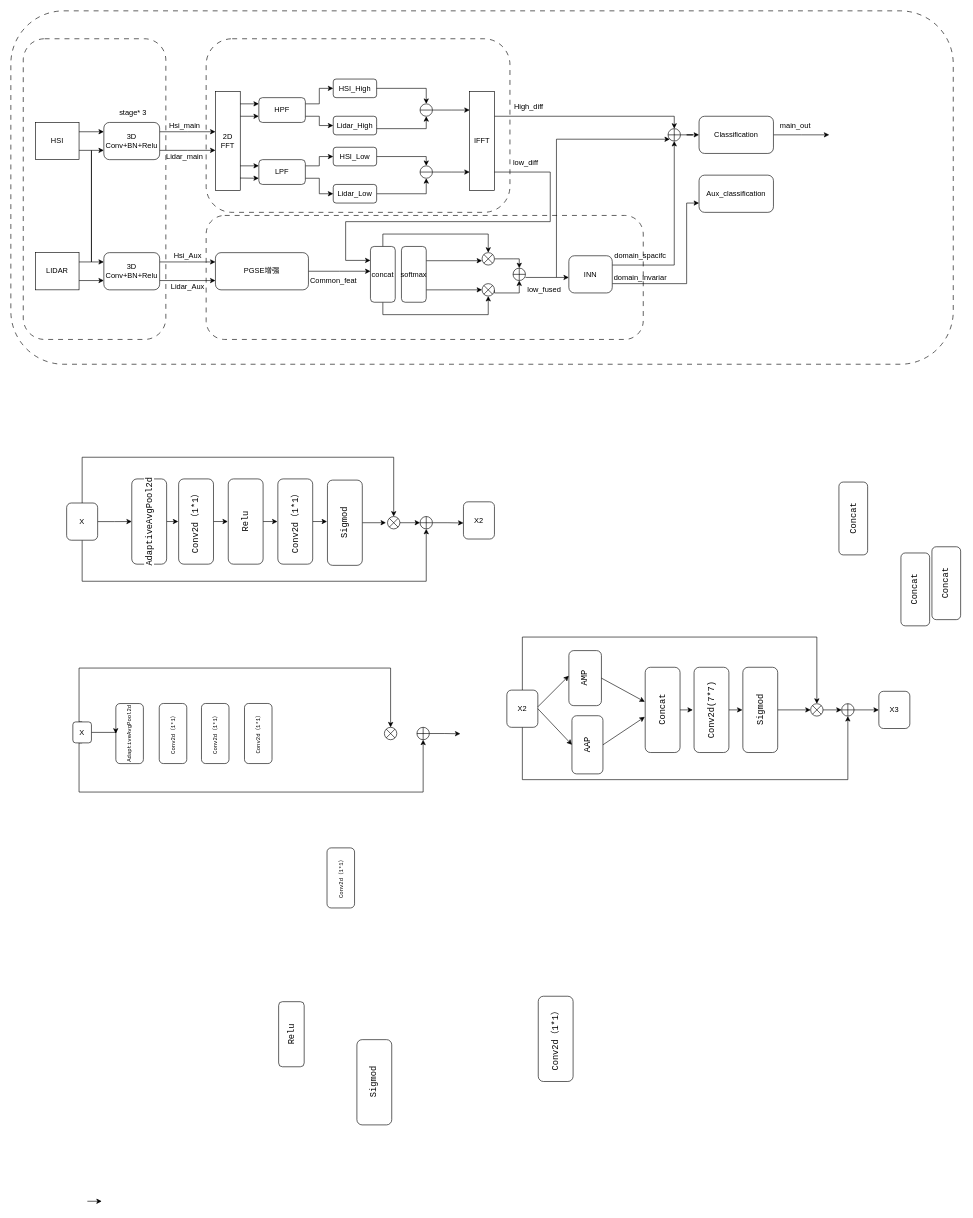
Above: 草图.drawio in Liaoshiyao-jm/model_photoes (draw.io), before the change. Source tidied: cells renumbered, new cells numbered last; positions are measured from the earlier drawing's top-left corner, leaving out a move shared by most shapes. Both pictures are drawn from the tidied source at 62%, with x=0, y=0 at pixel (11, 11).
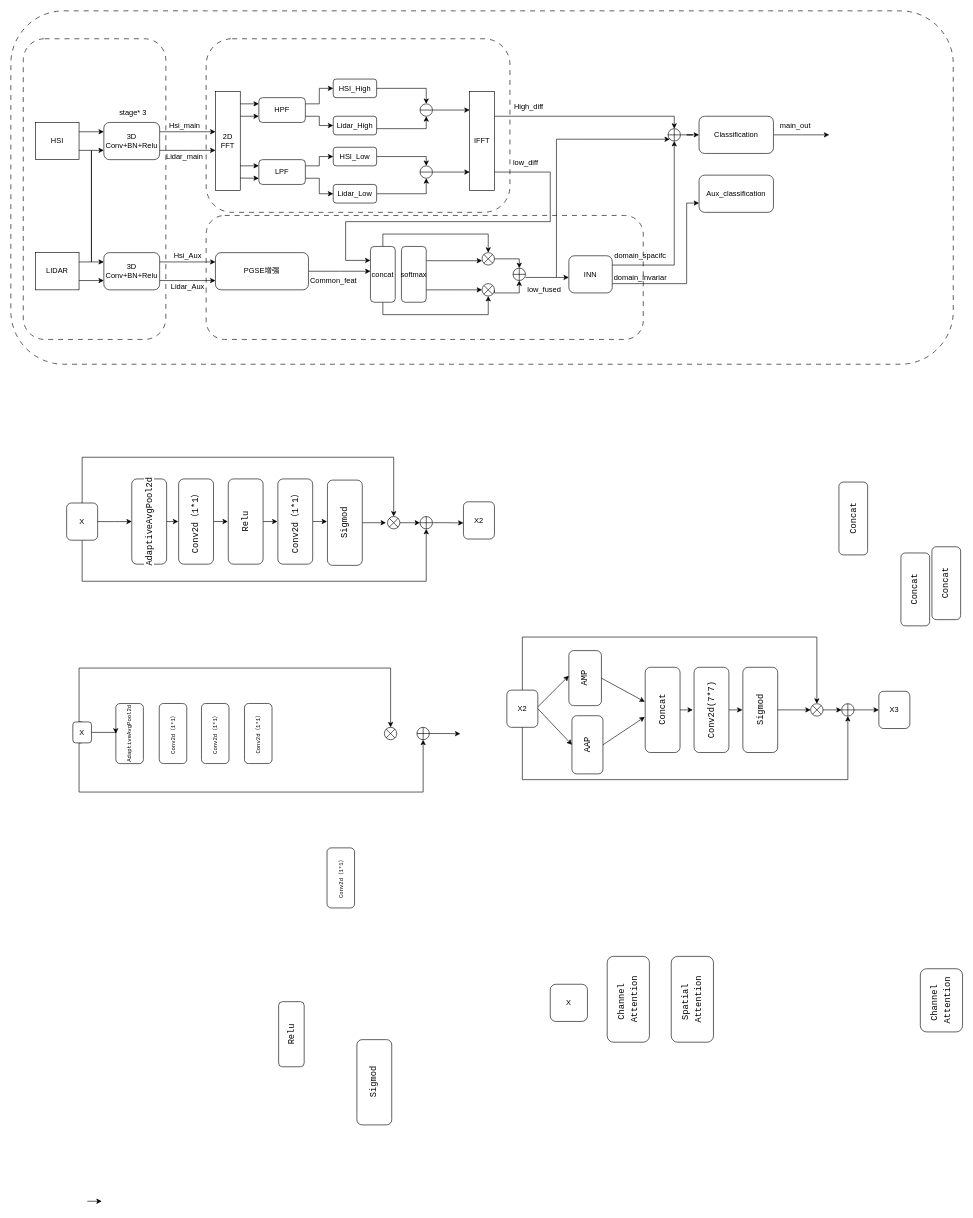
The same page after the edit.

Change to the diagram source:
```diff
@@
-    <mxCell id="107" value="&lt;div style=&quot;line-height: 19px;&quot;&gt;&lt;font face=&quot;Consolas, Courier New, monospace&quot;&gt;&lt;span style=&quot;font-size: 14px; white-space: pre; background-color: rgb(255, 255, 255);&quot;&gt;Conv2d（1*1）&lt;/span&gt;&lt;/font&gt;&lt;/div&gt;" style="rounded=1;whiteSpace=wrap;html=1;glass=0;strokeColor=default;align=center;verticalAlign=middle;fontFamily=Helvetica;fontSize=12;fontColor=default;fillColor=default;rotation=-90;" parent="1" vertex="1">
-      <mxGeometry x="810" y="1630" width="137.5" height="56.2" as="geometry" />
+    <mxCell id="107" value="&lt;div style=&quot;line-height: 19px;&quot;&gt;&lt;font face=&quot;Consolas, Courier New, monospace&quot;&gt;&lt;span style=&quot;font-size: 14px; white-space: pre; background-color: rgb(255, 255, 255);&quot;&gt;Channel &lt;/span&gt;&lt;/font&gt;&lt;/div&gt;&lt;div style=&quot;line-height: 19px;&quot;&gt;&lt;font face=&quot;Consolas, Courier New, monospace&quot;&gt;&lt;span style=&quot;font-size: 14px; white-space: pre; background-color: rgb(255, 255, 255);&quot;&gt;Attention&lt;/span&gt;&lt;/font&gt;&lt;/div&gt;" style="rounded=1;whiteSpace=wrap;html=1;glass=0;strokeColor=default;align=center;verticalAlign=middle;fontFamily=Helvetica;fontSize=12;fontColor=default;fillColor=default;rotation=-90;" parent="1" vertex="1">
+      <mxGeometry x="926.7" y="1560.2" width="138.4" height="68.1" as="geometry" />
     </mxCell>
@@
+    <mxCell id="138" value="X" style="rounded=1;whiteSpace=wrap;html=1;glass=0;strokeColor=default;align=center;verticalAlign=middle;fontFamily=Helvetica;fontSize=12;fontColor=default;fillColor=default;" parent="1" vertex="1">
+      <mxGeometry x="870" y="1570" width="60" height="60" as="geometry" />
+    </mxCell>
+    <mxCell id="139" value="&lt;div style=&quot;line-height: 19px;&quot;&gt;&lt;font face=&quot;Consolas, Courier New, monospace&quot;&gt;&lt;span style=&quot;font-size: 14px; white-space: pre; background-color: rgb(255, 255, 255);&quot;&gt;Channel &lt;/span&gt;&lt;/font&gt;&lt;/div&gt;&lt;div style=&quot;line-height: 19px;&quot;&gt;&lt;font face=&quot;Consolas, Courier New, monospace&quot;&gt;&lt;span style=&quot;font-size: 14px; white-space: pre; background-color: rgb(255, 255, 255);&quot;&gt;Attention&lt;/span&gt;&lt;/font&gt;&lt;/div&gt;" style="rounded=1;whiteSpace=wrap;html=1;glass=0;strokeColor=default;align=center;verticalAlign=middle;fontFamily=Helvetica;fontSize=12;fontColor=default;fillColor=default;rotation=-90;" parent="1" vertex="1">
+      <mxGeometry x="1450" y="1561.9" width="101.9" height="68.1" as="geometry" />
+    </mxCell>
+    <mxCell id="140" value="&lt;div style=&quot;line-height: 19px;&quot;&gt;&lt;font face=&quot;Consolas, Courier New, monospace&quot;&gt;&lt;span style=&quot;font-size: 14px; white-space: pre; background-color: rgb(255, 255, 255);&quot;&gt;Spatial &lt;/span&gt;&lt;/font&gt;&lt;/div&gt;&lt;div style=&quot;line-height: 19px;&quot;&gt;&lt;font face=&quot;Consolas, Courier New, monospace&quot;&gt;&lt;span style=&quot;font-size: 14px; white-space: pre; background-color: rgb(255, 255, 255);&quot;&gt;Attention&lt;/span&gt;&lt;/font&gt;&lt;/div&gt;" style="rounded=1;whiteSpace=wrap;html=1;glass=0;strokeColor=default;align=center;verticalAlign=middle;fontFamily=Helvetica;fontSize=12;fontColor=default;fillColor=default;rotation=-90;" parent="1" vertex="1">
+      <mxGeometry x="1030" y="1560.2" width="138.4" height="68.1" as="geometry" />
+    </mxCell>
```
